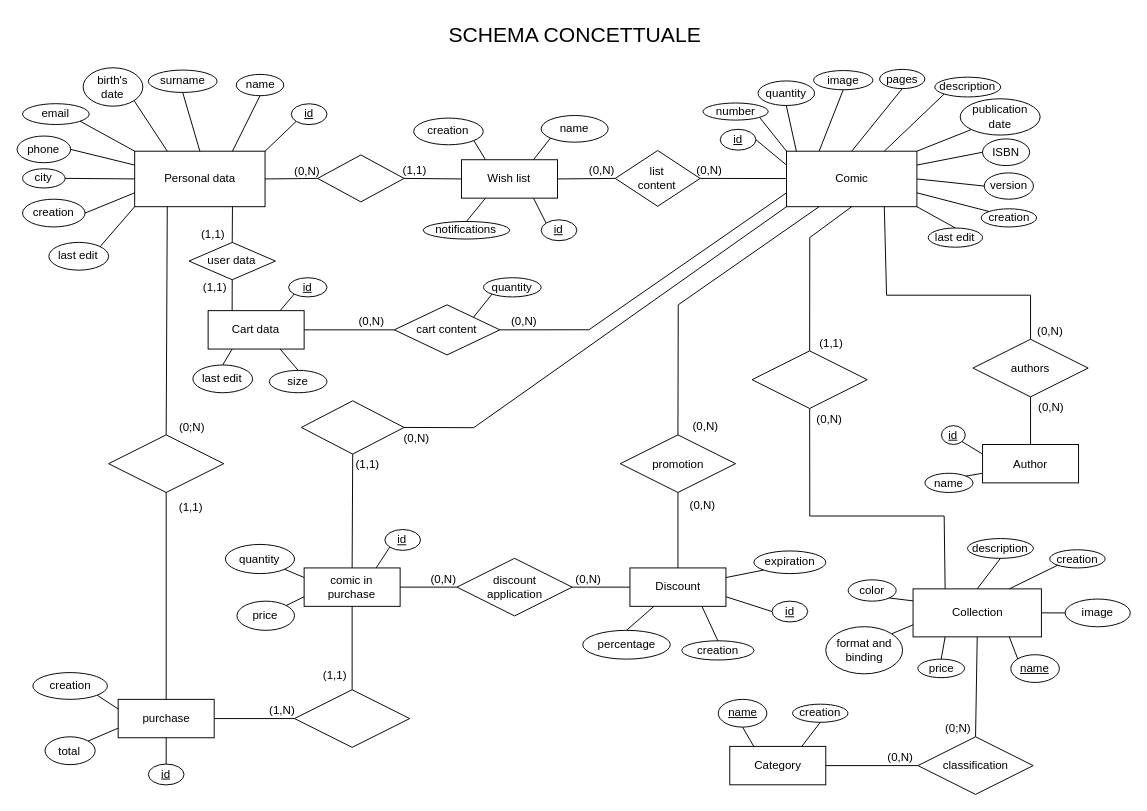
Above: page "Schema E-R ristrutturato" (2 of 2) of doc/database/Comic_shop_ER_diagram.drawio in Enricods-i/Comics-Store-Backend (draw.io), before the change. Source tidied: cells renumbered, new cells numbered last; positions are measured from the earlier drawing's top-left corner, leaving out a move shared by most shapes. Both pictures are drawn from the tidied source at 96%, with x=0, y=0 at pixel (16, 16).
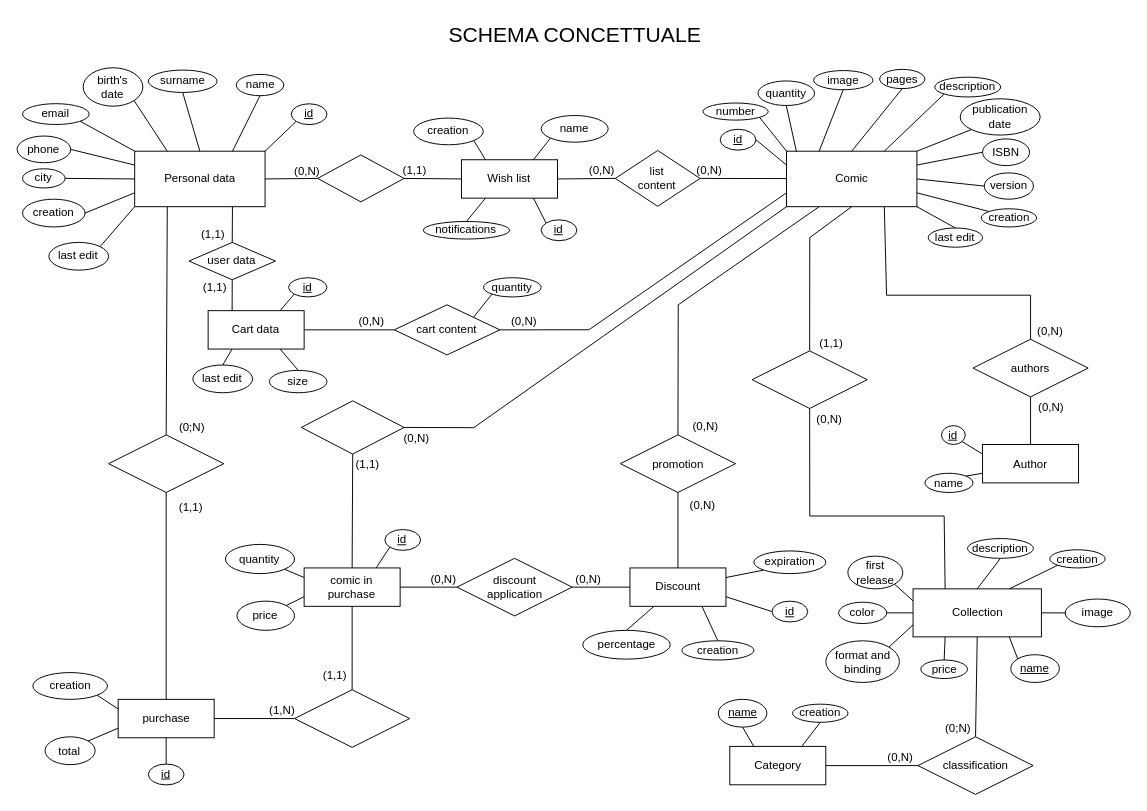
Above is the later version.

Commit message (it also covers changes not shown here):
DB: Aggiunto attributo first release alla relazione collection

Unchanged cells that the change refers to:
```xml
<mxCell id="33" value="Collection" style="whiteSpace=wrap;html=1;align=center;" parent="1" vertex="1">
  <mxGeometry x="933.6" y="595.9" width="133.7" height="50" as="geometry" />
</mxCell>
```

Diff of the diagram source:
```diff
@@
     <mxCell id="13" value="color" style="ellipse;whiteSpace=wrap;html=1;align=center;" parent="1" vertex="1">
-      <mxGeometry x="866" y="586.5" width="50" height="22.2" as="geometry" />
+      <mxGeometry x="856.1" y="609.8" width="50" height="22.2" as="geometry" />
     </mxCell>
@@
-    <mxCell id="17" style="endArrow=none;html=1;rounded=0;entryX=1;entryY=1;entryDx=0;entryDy=0;exitX=0;exitY=0.25;exitDx=0;exitDy=0;" parent="1" edge="1" source="33" target="13">
+    <mxCell id="17" style="endArrow=none;html=1;rounded=0;entryX=1;entryY=0.5;entryDx=0;entryDy=0;exitX=0;exitY=0.5;exitDx=0;exitDy=0;" parent="1" edge="1" source="33" target="13">
       <mxGeometry relative="1" as="geometry" />
     </mxCell>
@@
     <mxCell id="123" value="price" style="ellipse;whiteSpace=wrap;html=1;align=center;" parent="1" vertex="1">
-      <mxGeometry x="938.6" y="669.1" width="48.6" height="19.3" as="geometry" />
+      <mxGeometry x="941.7" y="670" width="48.6" height="19.3" as="geometry" />
     </mxCell>
@@
     <mxCell id="125" value="format and binding" style="ellipse;whiteSpace=wrap;html=1;align=center;" parent="1" vertex="1">
-      <mxGeometry x="842.7" y="635.3" width="80" height="49.1" as="geometry" />
+      <mxGeometry x="842.7" y="650" width="76.7" height="43.4" as="geometry" />
     </mxCell>
@@
+    <mxCell id="171" value="&lt;div&gt;first&lt;/div&gt;&lt;div&gt;release&lt;/div&gt;" style="ellipse;whiteSpace=wrap;html=1;align=center;" parent="1" vertex="1">
+      <mxGeometry x="865.7" y="561.8" width="57.2" height="34.1" as="geometry" />
+    </mxCell>
+    <mxCell id="172" style="endArrow=none;html=1;rounded=0;exitX=1;exitY=1;exitDx=0;exitDy=0;entryX=0;entryY=0.25;entryDx=0;entryDy=0;" parent="1" edge="1" source="171" target="33">
+      <mxGeometry relative="1" as="geometry" />
+    </mxCell>
```
